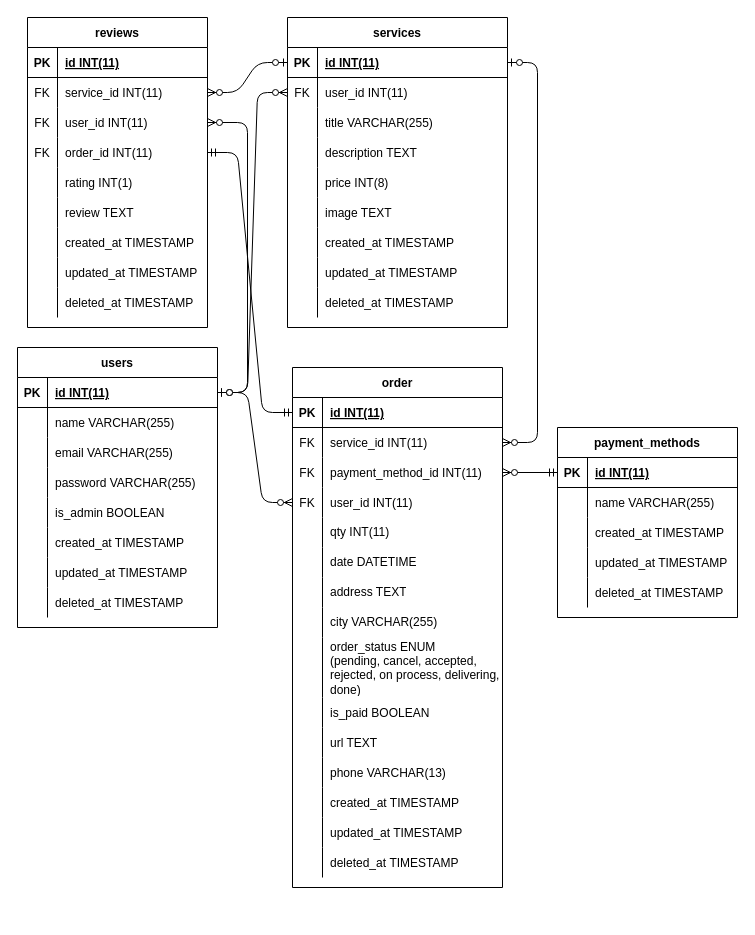
The draw.io diagram ERD/erd.drawio in alta-shoes-and-care/BE, before the edit. Source tidied: cells renumbered, new cells numbered last; positions are measured from the earlier drawing's top-left corner, leaving out a move shared by most shapes. Both pictures are drawn from the tidied source at 100%, with x=0, y=0 at pixel (17, 17).
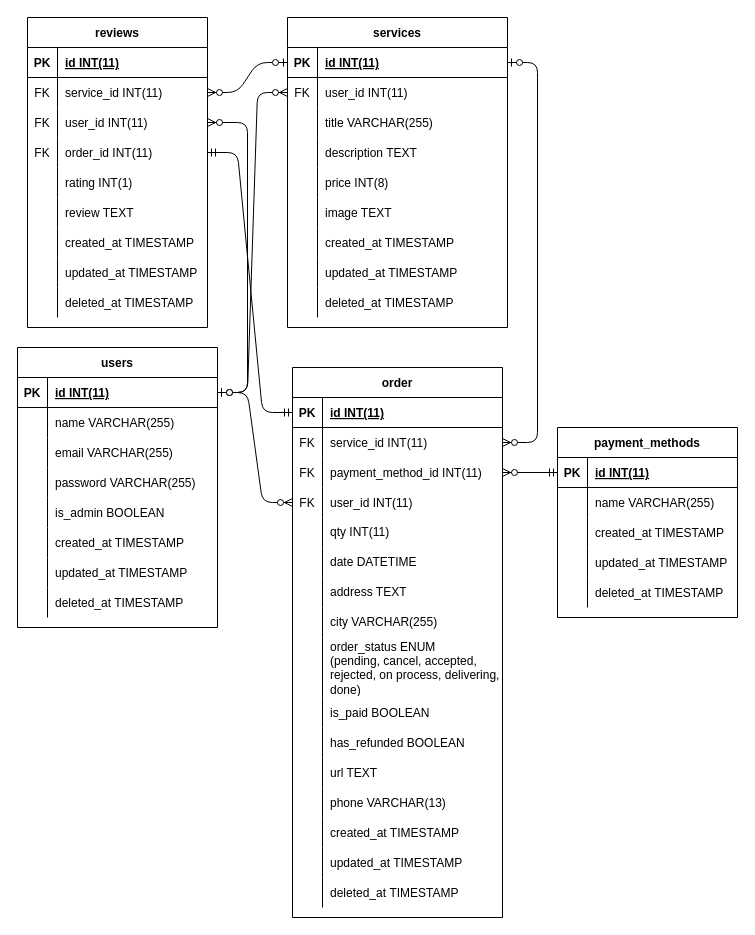
After the change.

Commit message:
add has refunded column to order

Diff of the diagram source:
```diff
@@
     <mxCell id="72" value="order" style="shape=table;startSize=30;childLayout=tableLayout;rowLines=0;fontStyle=1;align=center;" parent="1" vertex="1">
-      <mxGeometry x="275" y="350" width="210" height="520" as="geometry" />
+      <mxGeometry x="275" y="350" width="210" height="550" as="geometry" />
     </mxCell>
@@
+    <mxCell id="152" style="shape=tableRow;horizontal=0;startSize=0;swimlaneHead=0;swimlaneBody=0;fillColor=none;top=0;left=0;right=0;bottom=0;" parent="72" vertex="1">
+      <mxGeometry y="360" width="210" height="30" as="geometry" />
+    </mxCell>
+    <mxCell id="153" style="shape=partialRectangle;fillColor=none;top=0;left=0;bottom=0;right=0;overflow=hidden;" parent="152" vertex="1">
+      <mxGeometry width="30" height="30" as="geometry" />
+    </mxCell>
+    <mxCell id="154" value="has_refunded BOOLEAN" style="shape=partialRectangle;fillColor=none;top=0;left=0;bottom=0;right=0;align=left;spacingLeft=6;overflow=hidden;" parent="152" vertex="1">
+      <mxGeometry x="30" width="180" height="30" as="geometry" />
+    </mxCell>
     <mxCell id="103" style="shape=tableRow;horizontal=0;startSize=0;swimlaneHead=0;swimlaneBody=0;fillColor=none;top=0;left=0;right=0;bottom=0;" parent="72" vertex="1">
-      <mxGeometry y="360" width="210" height="30" as="geometry" />
+      <mxGeometry y="390" width="210" height="30" as="geometry" />
     </mxCell>
@@
     <mxCell id="106" style="shape=tableRow;horizontal=0;startSize=0;swimlaneHead=0;swimlaneBody=0;fillColor=none;top=0;left=0;right=0;bottom=0;" parent="72" vertex="1">
-      <mxGeometry y="390" width="210" height="30" as="geometry" />
+      <mxGeometry y="420" width="210" height="30" as="geometry" />
     </mxCell>
@@
     <mxCell id="109" style="shape=tableRow;horizontal=0;startSize=0;swimlaneHead=0;swimlaneBody=0;fillColor=none;top=0;left=0;right=0;bottom=0;" parent="72" vertex="1">
-      <mxGeometry y="420" width="210" height="30" as="geometry" />
+      <mxGeometry y="450" width="210" height="30" as="geometry" />
     </mxCell>
@@
     <mxCell id="112" style="shape=tableRow;horizontal=0;startSize=0;swimlaneHead=0;swimlaneBody=0;fillColor=none;top=0;left=0;right=0;bottom=0;" parent="72" vertex="1">
-      <mxGeometry y="450" width="210" height="30" as="geometry" />
+      <mxGeometry y="480" width="210" height="30" as="geometry" />
     </mxCell>
@@
     <mxCell id="115" style="shape=tableRow;horizontal=0;startSize=0;swimlaneHead=0;swimlaneBody=0;fillColor=none;top=0;left=0;right=0;bottom=0;" parent="72" vertex="1">
-      <mxGeometry y="480" width="210" height="30" as="geometry" />
+      <mxGeometry y="510" width="210" height="30" as="geometry" />
     </mxCell>
```
